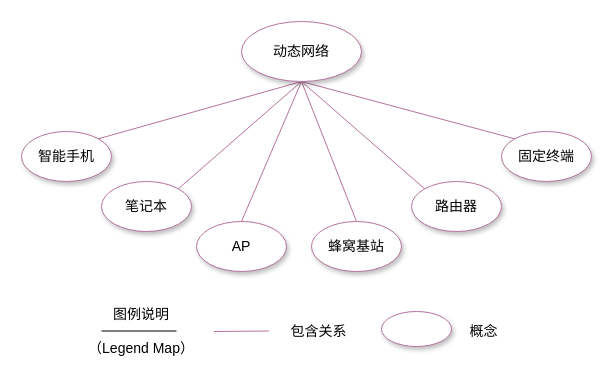
The draw.io diagram page "动态网络组分划分" (2 of 8) of 时间自动机.drawio in Icarus1994/neutron_conf, before the edit. Source tidied: cells renumbered, new cells numbered last; positions are measured from the earlier drawing's top-left corner, leaving out a move shared by most shapes. Both pictures are drawn from the tidied source at 100%, with x=0, y=0 at pixel (21, 21).
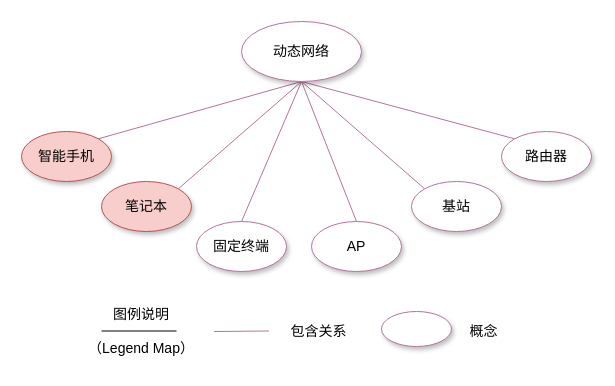
The same diagram, later.

Change to the diagram source:
```diff
@@
-    <mxCell id="9" value="智能手机" style="ellipse;whiteSpace=wrap;html=1;strokeColor=#B5739D;shadow=1;fontSize=14;" parent="1" vertex="1">
+    <mxCell id="9" value="智能手机" style="ellipse;whiteSpace=wrap;html=1;strokeColor=#b85450;shadow=1;fontSize=14;fillColor=#f8cecc;" parent="1" vertex="1">
       <mxGeometry y="110" width="90" height="50" as="geometry" />
     </mxCell>
-    <mxCell id="10" value="笔记本" style="ellipse;whiteSpace=wrap;html=1;strokeColor=#B5739D;shadow=1;fontSize=14;" parent="1" vertex="1">
+    <mxCell id="10" value="笔记本" style="ellipse;whiteSpace=wrap;html=1;strokeColor=#b85450;shadow=1;fontSize=14;fillColor=#f8cecc;" parent="1" vertex="1">
       <mxGeometry x="80" y="160" width="90" height="50" as="geometry" />
     </mxCell>
-    <mxCell id="11" value="AP" style="ellipse;whiteSpace=wrap;html=1;strokeColor=#B5739D;shadow=1;fontSize=14;" parent="1" vertex="1">
+    <mxCell id="11" value="固定终端" style="ellipse;whiteSpace=wrap;html=1;strokeColor=#B5739D;shadow=1;fontSize=14;" parent="1" vertex="1">
       <mxGeometry x="175" y="200" width="90" height="50" as="geometry" />
     </mxCell>
-    <mxCell id="12" value="蜂窝基站" style="ellipse;whiteSpace=wrap;html=1;strokeColor=#B5739D;shadow=1;fontSize=14;" parent="1" vertex="1">
+    <mxCell id="12" value="AP" style="ellipse;whiteSpace=wrap;html=1;strokeColor=#B5739D;shadow=1;fontSize=14;" parent="1" vertex="1">
       <mxGeometry x="290" y="200" width="90" height="50" as="geometry" />
     </mxCell>
-    <mxCell id="13" value="固定终端" style="ellipse;whiteSpace=wrap;html=1;strokeColor=#B5739D;shadow=1;fontSize=14;" parent="1" vertex="1">
+    <mxCell id="13" value="路由器" style="ellipse;whiteSpace=wrap;html=1;strokeColor=#B5739D;shadow=1;fontSize=14;" parent="1" vertex="1">
       <mxGeometry x="480" y="110" width="90" height="50" as="geometry" />
     </mxCell>
-    <mxCell id="14" value="路由器" style="ellipse;whiteSpace=wrap;html=1;strokeColor=#B5739D;shadow=1;fontSize=14;" parent="1" vertex="1">
+    <mxCell id="14" value="基站" style="ellipse;whiteSpace=wrap;html=1;strokeColor=#B5739D;shadow=1;fontSize=14;" parent="1" vertex="1">
       <mxGeometry x="390" y="160" width="90" height="50" as="geometry" />
     </mxCell>
```
